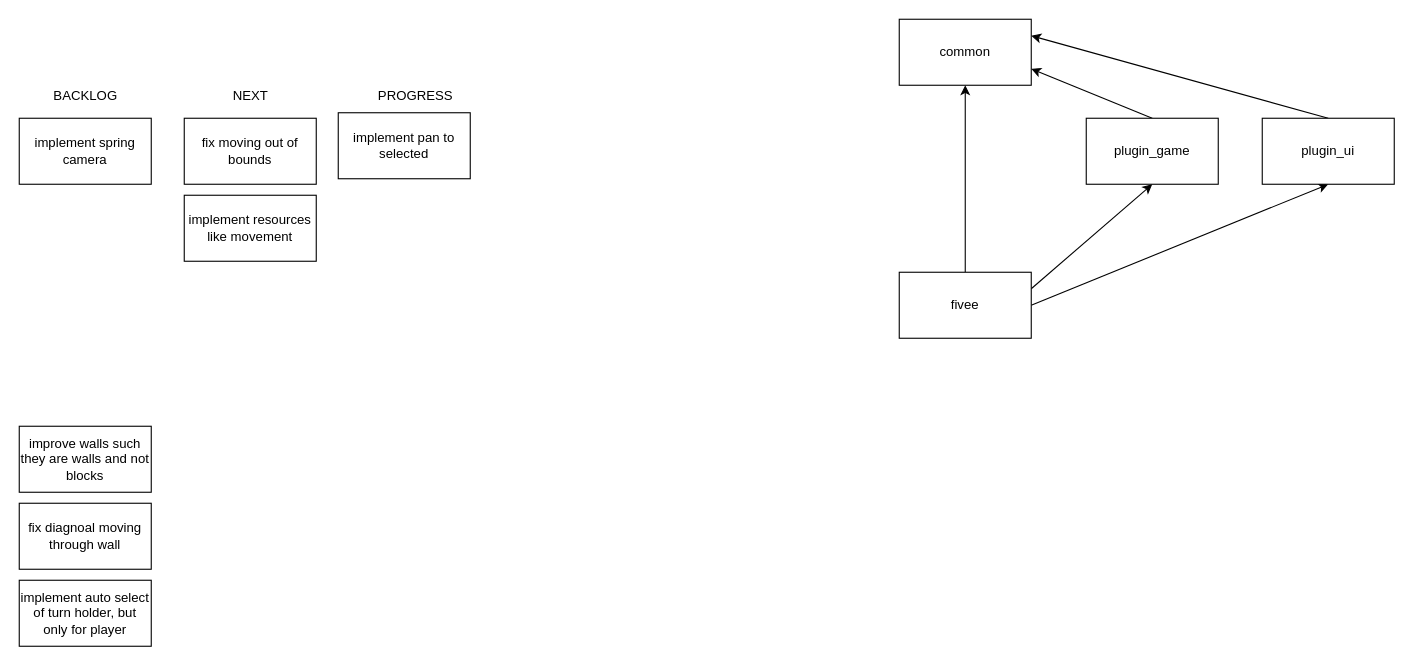
This is .drawio from horup/fivee, a draw.io file, before an edit. Source tidied: cells renumbered, new cells numbered last; positions are measured from the earlier drawing's top-left corner, leaving out a move shared by most shapes. Both pictures are drawn from the tidied source at 110%, with x=0, y=0 at pixel (19, 19).
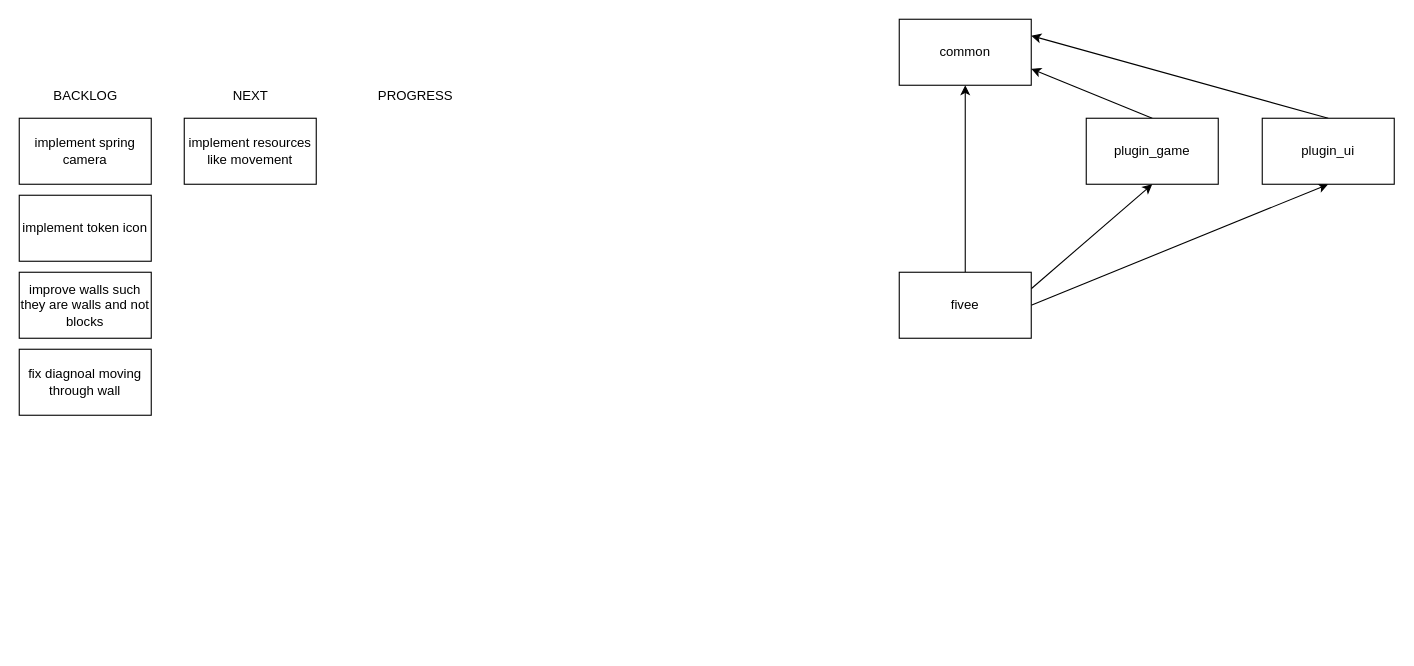
After the change.

What changed in the source:
```diff
@@
     <mxCell id="15" value="implement resources like movement" style="rounded=0;whiteSpace=wrap;html=1;" parent="1" vertex="1">
-      <mxGeometry x="150" y="160" width="120" height="60" as="geometry" />
+      <mxGeometry x="150" y="90" width="120" height="60" as="geometry" />
     </mxCell>
-    <mxCell id="16" value="implement pan to selected" style="rounded=0;whiteSpace=wrap;html=1;" parent="1" vertex="1">
-      <mxGeometry x="290" y="85" width="120" height="60" as="geometry" />
-    </mxCell>
     <mxCell id="17" value="improve walls such they are walls and not blocks" style="rounded=0;whiteSpace=wrap;html=1;" parent="1" vertex="1">
-      <mxGeometry y="370" width="120" height="60" as="geometry" />
+      <mxGeometry y="230" width="120" height="60" as="geometry" />
     </mxCell>
     <mxCell id="18" value="fix diagnoal moving through wall" style="rounded=0;whiteSpace=wrap;html=1;" parent="1" vertex="1">
-      <mxGeometry y="440" width="120" height="60" as="geometry" />
+      <mxGeometry y="300" width="120" height="60" as="geometry" />
     </mxCell>
-    <mxCell id="19" value="implement auto select of turn holder, but only for player" style="rounded=0;whiteSpace=wrap;html=1;" parent="1" vertex="1">
-      <mxGeometry y="510" width="120" height="60" as="geometry" />
-    </mxCell>
-    <mxCell id="20" value="fix moving out of bounds" style="rounded=0;whiteSpace=wrap;html=1;" parent="1" vertex="1">
-      <mxGeometry x="150" y="90" width="120" height="60" as="geometry" />
-    </mxCell>
+    <mxCell id="21" value="implement token icon" style="rounded=0;whiteSpace=wrap;html=1;" parent="1" vertex="1">
+      <mxGeometry y="160" width="120" height="60" as="geometry" />
+    </mxCell>
```
